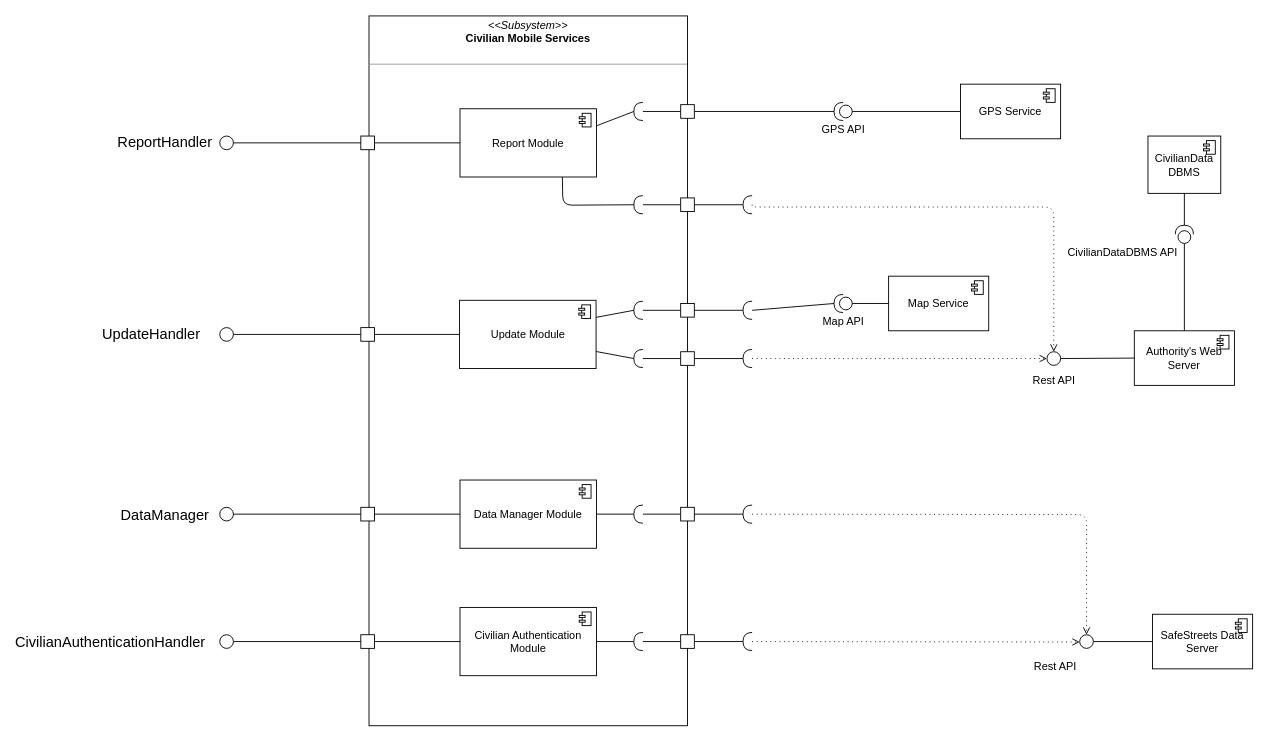
Earlier version of the draw.io diagram DD/images/Drawio/CivilianMobileServicesProjection.drawio (marcuz1996/Software-Engineering-Project). Source tidied: cells renumbered, new cells numbered last; positions are measured from the earlier drawing's top-left corner, leaving out a move shared by most shapes. Both pictures are drawn from the tidied source at 91%, with x=0, y=0 at pixel (83, 15).
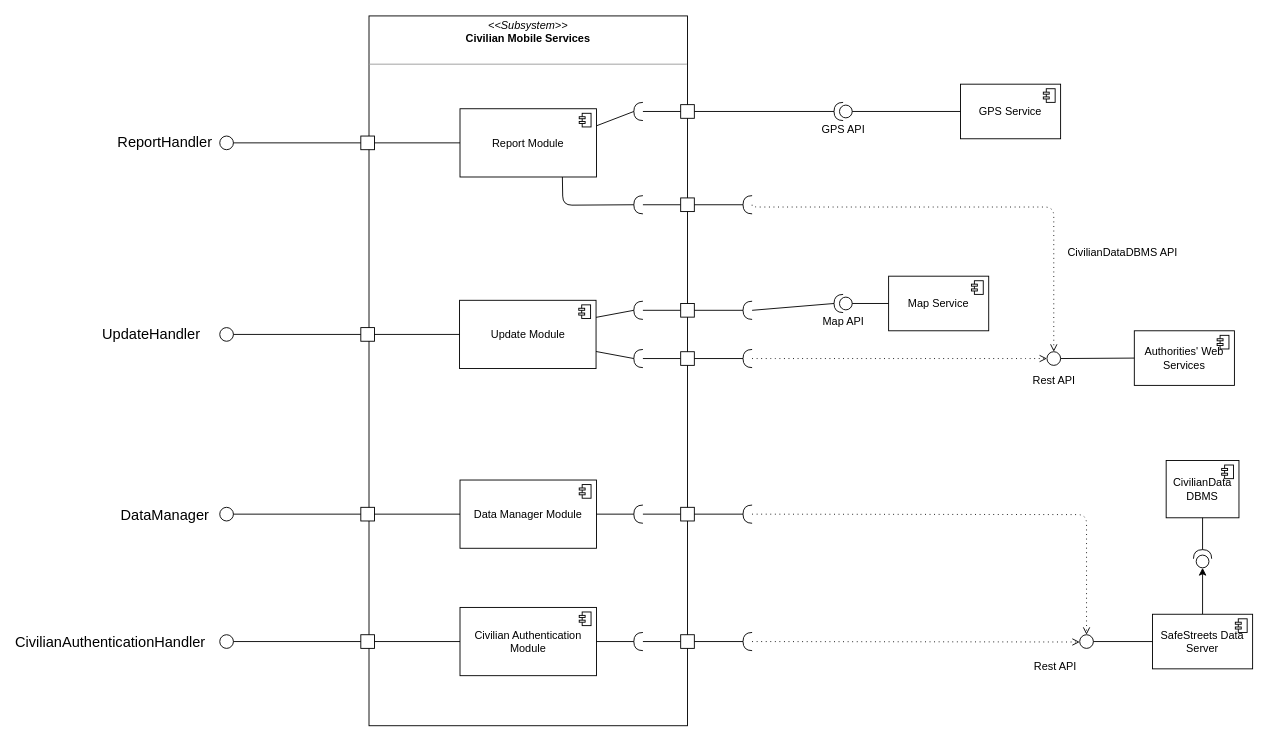
The same diagram, later.

Unchanged cells that the change refers to:
```xml
<mxCell id="64" value="SafeStreets Data Server" style="html=1;outlineConnect=0;whiteSpace=wrap;shape=mxgraph.archimate3.application;appType=comp;archiType=square;" parent="1" vertex="1">
  <mxGeometry x="1175" y="657.5" width="110" height="60" as="geometry" />
</mxCell>
```

The edit, as a diff of the source:
```diff
@@
-    <mxCell id="24" value="Authority's Web Server" style="html=1;outlineConnect=0;whiteSpace=wrap;shape=mxgraph.archimate3.application;appType=comp;archiType=square;" parent="1" vertex="1">
+    <mxCell id="24" value="Authorities' Web Services" style="html=1;outlineConnect=0;whiteSpace=wrap;shape=mxgraph.archimate3.application;appType=comp;archiType=square;" parent="1" vertex="1">
       <mxGeometry x="1155" y="346" width="110" height="60" as="geometry" />
     </mxCell>
@@
+    <mxCell id="86" style="edgeStyle=orthogonalEdgeStyle;rounded=0;jettySize=auto;html=1;exitX=0.5;exitY=0;exitDx=0;exitDy=0;exitPerimeter=0;entryX=0;entryY=0.5;entryDx=0;entryDy=0;entryPerimeter=0;" parent="1" edge="1" source="64" target="81">
+      <mxGeometry relative="1" as="geometry" />
+    </mxCell>
@@
     <mxCell id="81" style="shape=providedRequiredInterface;html=1;verticalLabelPosition=bottom;direction=north;" parent="1" vertex="1">
-      <mxGeometry x="1200" y="230" width="20" height="20" as="geometry" />
+      <mxGeometry x="1220" y="586.5" width="20" height="20" as="geometry" />
     </mxCell>
     <mxCell id="82" value="CivilianData DBMS" style="html=1;outlineConnect=0;whiteSpace=wrap;shape=mxgraph.archimate3.application;appType=comp;archiType=square;" parent="1" vertex="1">
-      <mxGeometry x="1170" y="132" width="80" height="63" as="geometry" />
+      <mxGeometry x="1190" y="488.5" width="80" height="63" as="geometry" />
     </mxCell>
@@
-    <mxCell id="84" style="endArrow=none;html=1;entryX=0.5;entryY=0;entryDx=0;entryDy=0;entryPerimeter=0;exitX=0;exitY=0.5;exitDx=0;exitDy=0;exitPerimeter=0;" parent="1" edge="1" source="81" target="24">
-      <mxGeometry relative="1" as="geometry" />
-    </mxCell>
```
